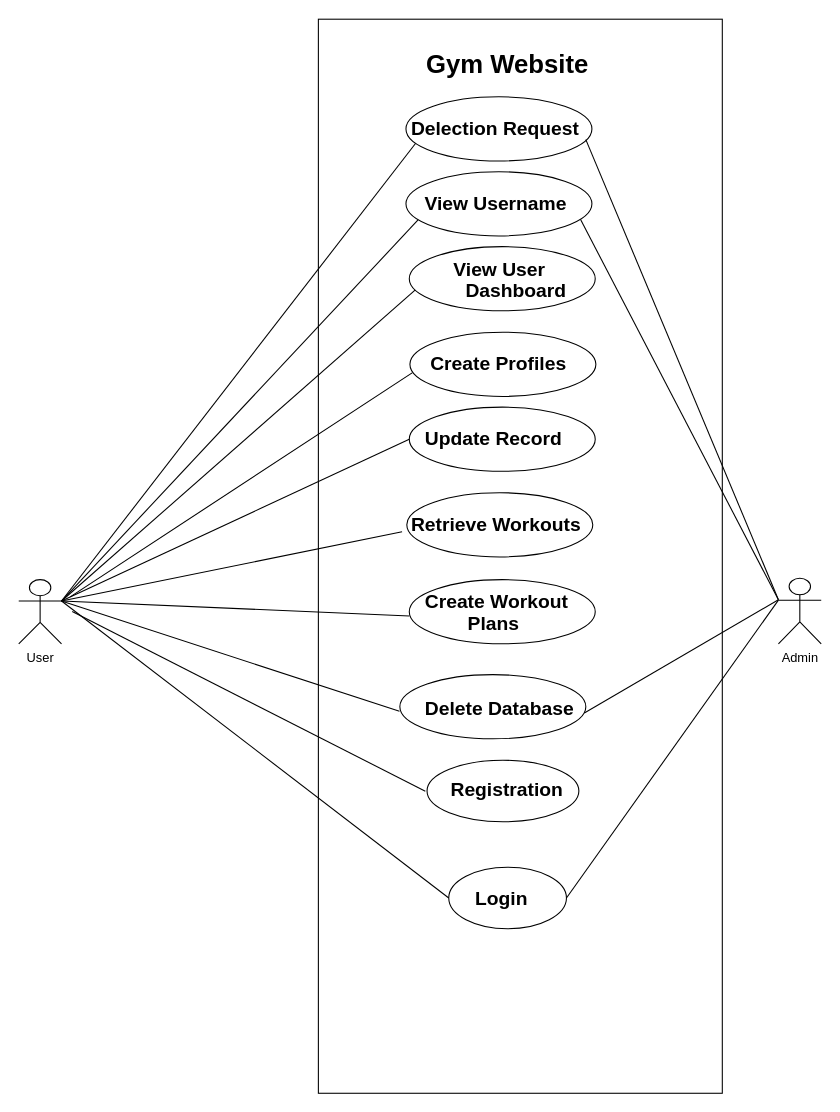
Earlier version of the draw.io diagram page "Use Case" (3 of 12) of Diagram.drawio (RemonBuddhacharya/GymManagement). Source tidied: cells renumbered, new cells numbered last; positions are measured from the earlier drawing's top-left corner, leaving out a move shared by most shapes. Both pictures are drawn from the tidied source at 107%, with x=0, y=0 at pixel (-17, 43).
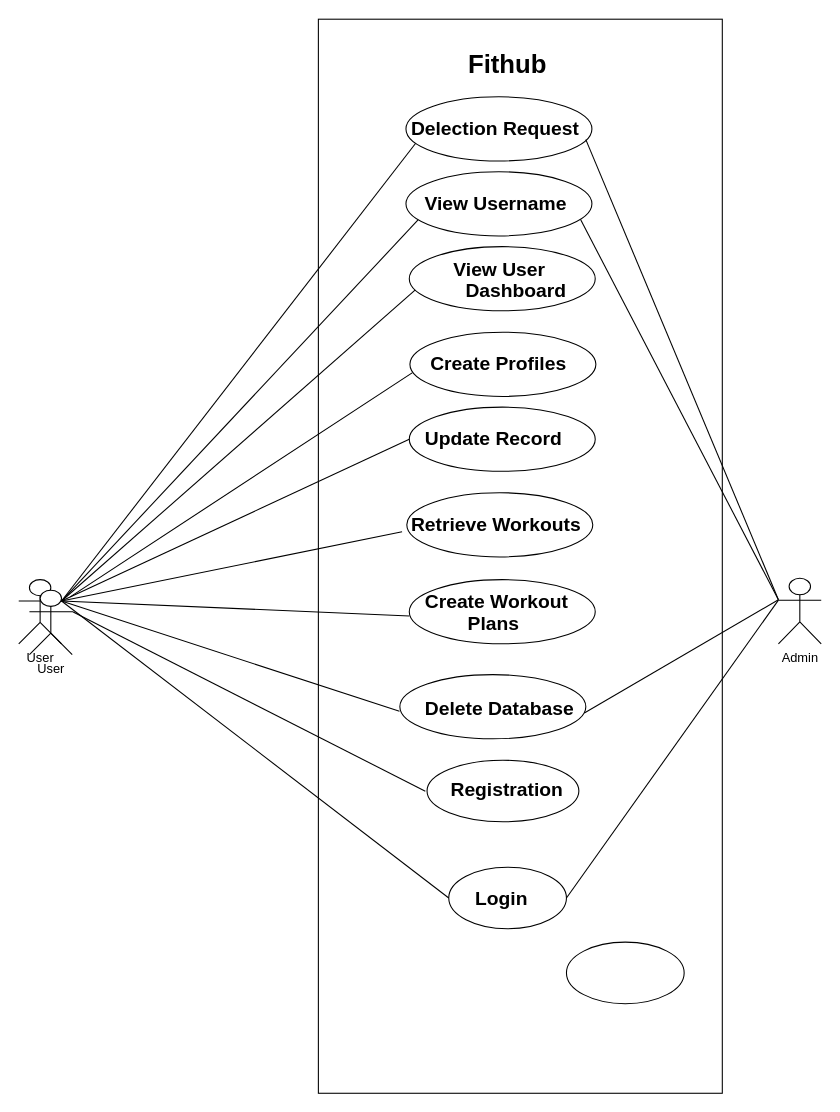
The same page after the edit.

Change to the diagram source:
```diff
@@
-    <mxCell id="4" value="&lt;h1&gt;Gym Website&lt;/h1&gt;" style="text;html=1;strokeColor=none;fillColor=none;spacing=5;spacingTop=-20;whiteSpace=wrap;overflow=hidden;rounded=0;align=center;" parent="1" vertex="1">
+    <mxCell id="4" value="&lt;h1&gt;Fithub&lt;/h1&gt;" style="text;html=1;strokeColor=none;fillColor=none;spacing=5;spacingTop=-20;whiteSpace=wrap;overflow=hidden;rounded=0;align=center;" parent="1" vertex="1">
       <mxGeometry x="398.9" width="181.9" height="50" as="geometry" />
     </mxCell>
@@
+    <mxCell id="42" style="ellipse;whiteSpace=wrap;html=1;" parent="1" vertex="1">
+      <mxGeometry x="544.9" y="840" width="110" height="57.5" as="geometry" />
+    </mxCell>
+    <mxCell id="43" value="User" style="shape=umlActor;verticalLabelPosition=bottom;verticalAlign=top;html=1;" parent="1" vertex="1">
+      <mxGeometry x="43" y="511.2" width="40" height="60" as="geometry" />
+    </mxCell>
```
